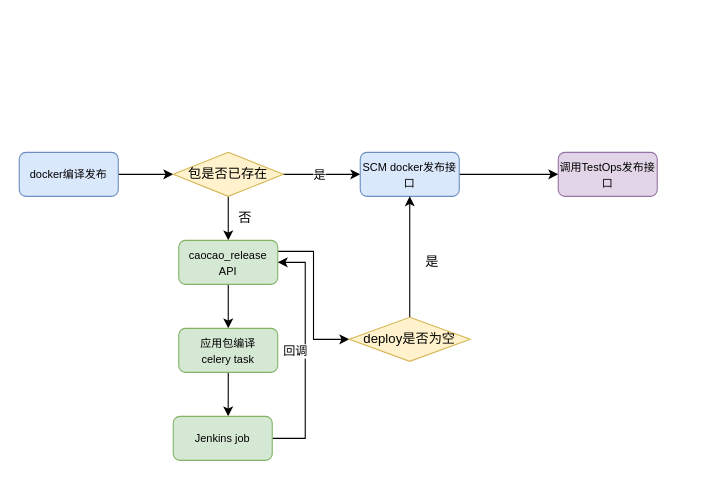
Above: 曹操/SCM测试和集成对接第三方发布平台.drawio in Makecodeeasy/diagrams (draw.io), before the change. Source tidied: cells renumbered, new cells numbered last; positions are measured from the earlier drawing's top-left corner, leaving out a move shared by most shapes. Both pictures are drawn from the tidied source at 110%, with x=0, y=0 at pixel (19, 152).
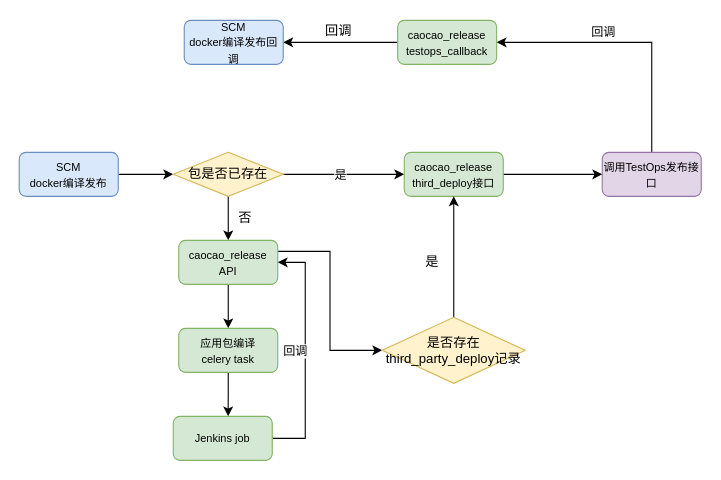
After the change.

Commit message:
Update SCM测试和集成对接第三方发布平台.drawio

The change refers to these unchanged cells:
```xml
<mxCell id="7" value="包是否已存在" style="rhombus;whiteSpace=wrap;html=1;fillColor=#fff2cc;strokeColor=#d6b656;" parent="1" vertex="1">
  <mxGeometry x="140" width="100" height="40" as="geometry" />
</mxCell>
```

What changed in the source:
```diff
@@
-    <mxCell id="3" value="&lt;font style=&quot;font-size: 10px&quot;&gt;docker编译发布&lt;/font&gt;" style="rounded=1;whiteSpace=wrap;html=1;fillColor=#dae8fc;strokeColor=#6c8ebf;" parent="1" vertex="1">
+    <mxCell id="3" value="&lt;font style=&quot;font-size: 10px&quot;&gt;SCM&lt;br&gt;docker编译发布&lt;/font&gt;" style="rounded=1;whiteSpace=wrap;html=1;fillColor=#dae8fc;strokeColor=#6c8ebf;" parent="1" vertex="1">
       <mxGeometry width="90" height="40" as="geometry" />
     </mxCell>
-    <mxCell id="4" style="edgeStyle=orthogonalEdgeStyle;rounded=0;jettySize=auto;html=1;exitX=1;exitY=0.5;exitDx=0;exitDy=0;" parent="1" edge="1" source="7">
-      <mxGeometry relative="1" as="geometry">
-        <mxPoint x="310" y="20" as="targetPoint" />
-      </mxGeometry>
+    <mxCell id="4" style="edgeStyle=orthogonalEdgeStyle;rounded=0;jettySize=auto;html=1;exitX=1;exitY=0.5;exitDx=0;exitDy=0;entryX=0;entryY=0.5;entryDx=0;entryDy=0;" parent="1" edge="1" source="7" target="16">
+      <mxGeometry relative="1" as="geometry" />
     </mxCell>
@@
+    <mxCell id="23" style="edgeStyle=orthogonalEdgeStyle;rounded=0;jettySize=auto;html=1;exitX=0.5;exitY=0;exitDx=0;exitDy=0;entryX=1;entryY=0.5;entryDx=0;entryDy=0;" parent="1" edge="1" source="8" target="26">
+      <mxGeometry relative="1" as="geometry" />
+    </mxCell>
+    <mxCell id="24" value="回调" style="edgeLabel;html=1;align=center;verticalAlign=middle;" parent="23" vertex="1">
+      <mxGeometry x="0.33" relative="1" as="geometry">
+        <mxPoint x="15" y="-10" as="offset" />
+      </mxGeometry>
+    </mxCell>
     <mxCell id="8" value="&lt;span style=&quot;font-size: 10px&quot;&gt;调用TestOps发布接口&lt;/span&gt;" style="rounded=1;whiteSpace=wrap;html=1;fillColor=#e1d5e7;strokeColor=#9673a6;" parent="1" vertex="1">
-      <mxGeometry x="490" width="90" height="40" as="geometry" />
+      <mxGeometry x="530" width="90" height="40" as="geometry" />
     </mxCell>
@@
-    <mxCell id="16" value="&lt;font style=&quot;font-size: 10px&quot;&gt;SCM docker发布接口&lt;/font&gt;" style="rounded=1;whiteSpace=wrap;html=1;fillColor=#dae8fc;strokeColor=#6c8ebf;" parent="1" vertex="1">
-      <mxGeometry x="310" width="90" height="40" as="geometry" />
+    <mxCell id="16" value="&lt;font style=&quot;font-size: 10px&quot;&gt;caocao_release&lt;br&gt;third_deploy接口&lt;br&gt;&lt;/font&gt;" style="rounded=1;whiteSpace=wrap;html=1;fillColor=#d5e8d4;strokeColor=#82b366;" parent="1" vertex="1">
+      <mxGeometry x="350" width="90" height="40" as="geometry" />
     </mxCell>
@@
-    <mxCell id="18" value="deploy是否为空" style="rhombus;whiteSpace=wrap;html=1;fillColor=#fff2cc;strokeColor=#d6b656;" parent="1" vertex="1">
-      <mxGeometry x="300" y="150" width="110" height="40" as="geometry" />
+    <mxCell id="18" value="是否存在third_party_deploy记录" style="rhombus;whiteSpace=wrap;html=1;fillColor=#fff2cc;strokeColor=#d6b656;" parent="1" vertex="1">
+      <mxGeometry x="330" y="150" width="130" height="60" as="geometry" />
     </mxCell>
@@
+    <mxCell id="25" style="edgeStyle=orthogonalEdgeStyle;rounded=0;jettySize=auto;html=1;exitX=0;exitY=0.5;exitDx=0;exitDy=0;entryX=1;entryY=0.5;entryDx=0;entryDy=0;" parent="1" edge="1" source="26" target="27">
+      <mxGeometry relative="1" as="geometry">
+        <Array as="points">
+          <mxPoint x="290" y="-100" />
+          <mxPoint x="290" y="-100" />
+        </Array>
+      </mxGeometry>
+    </mxCell>
+    <mxCell id="26" value="&lt;font style=&quot;font-size: 10px&quot;&gt;caocao_release&lt;br&gt;testops_callback&lt;br&gt;&lt;/font&gt;" style="rounded=1;whiteSpace=wrap;html=1;fillColor=#d5e8d4;strokeColor=#82b366;" parent="1" vertex="1">
+      <mxGeometry x="344" y="-120" width="90" height="40" as="geometry" />
+    </mxCell>
+    <mxCell id="27" value="&lt;font style=&quot;font-size: 10px&quot;&gt;SCM&lt;br&gt;docker编译发布回调&lt;/font&gt;" style="rounded=1;whiteSpace=wrap;html=1;fillColor=#dae8fc;strokeColor=#6c8ebf;" parent="1" vertex="1">
+      <mxGeometry x="150" y="-120" width="90" height="40" as="geometry" />
+    </mxCell>
+    <mxCell id="28" value="回调" style="text;html=1;align=center;verticalAlign=middle;" parent="1" vertex="1">
+      <mxGeometry x="270" y="-120" width="40" height="20" as="geometry" />
+    </mxCell>
```
